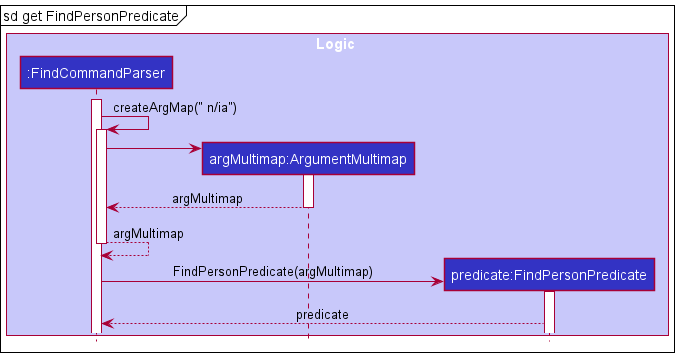
Earlier version of the PlantUML export docs/images/FindPersonPredicate.png (tandeshao/tp).
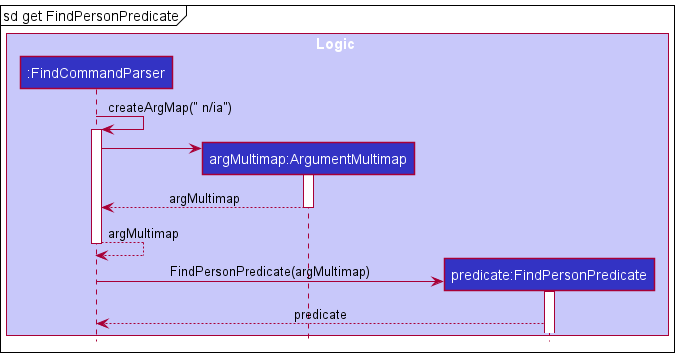
Later version of the same file.

The edit, as a diff of the source:
```diff
@@ -9,7 +9,7 @@
 end box
 
 
-activate FindCommandParser
+
 FindCommandParser -> FindCommandParser : createArgMap(" n/ia")
 activate FindCommandParser
 create ArgMultimap
```
